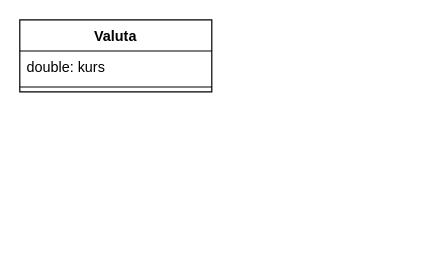
The draw.io diagram Ovinger/ovinger/target/classes/ovinger/Oving4/Valutaklasse.drawio in magnus411/OvingsOppgaver, before the edit. Source tidied: cells renumbered, new cells numbered last; positions are measured from the earlier drawing's top-left corner, leaving out a move shared by most shapes. Both pictures are drawn from the tidied source at 120%, with x=0, y=0 at pixel (19, 19).
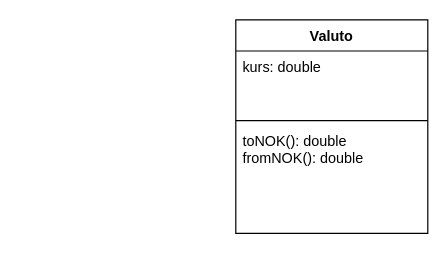
The same page after the edit.

Diff of the diagram source:
```diff
@@
 <mxGraphModel>
   <root>
     <mxCell id="0" />
     <mxCell id="1" parent="0" />
-    <mxCell id="2" value="Valuta" style="swimlane;fontStyle=1;align=center;verticalAlign=top;horizontal=1;startSize=26;" parent="1" vertex="1">
-      <mxGeometry width="160" height="60" as="geometry" />
-    </mxCell>
-    <mxCell id="3" value="double: kurs" style="text;strokeColor=none;fillColor=none;align=left;verticalAlign=top;spacingLeft=4;spacingRight=4;overflow=hidden;" parent="2" vertex="1">
-      <mxGeometry y="26" width="160" height="26" as="geometry" />
-    </mxCell>
-    <mxCell id="4" style="line;strokeWidth=1;fillColor=none;align=left;verticalAlign=middle;spacingTop=-1;spacingLeft=3;spacingRight=3;labelPosition=right;" parent="2" vertex="1">
-      <mxGeometry y="52" width="160" height="8" as="geometry" />
-    </mxCell>
+    <mxCell id="5" value="Valuto" style="swimlane;fontStyle=1;align=center;verticalAlign=top;horizontal=1;startSize=26;strokeColor=default;" parent="1" vertex="1">
+      <mxGeometry x="180" width="160" height="178" as="geometry" />
+    </mxCell>
+    <mxCell id="6" value="kurs: double" style="text;strokeColor=none;fillColor=none;align=left;verticalAlign=top;spacingLeft=4;spacingRight=4;overflow=hidden;" parent="5" vertex="1">
+      <mxGeometry y="26" width="160" height="54" as="geometry" />
+    </mxCell>
+    <mxCell id="7" style="line;strokeWidth=1;fillColor=none;align=left;verticalAlign=middle;spacingTop=-1;spacingLeft=3;spacingRight=3;labelPosition=right;" parent="5" vertex="1">
+      <mxGeometry y="80" width="160" height="8" as="geometry" />
+    </mxCell>
+    <mxCell id="8" value="toNOK(): double&#10;fromNOK(): double" style="text;strokeColor=none;fillColor=none;align=left;verticalAlign=top;spacingLeft=4;spacingRight=4;overflow=hidden;" parent="5" vertex="1">
+      <mxGeometry y="88" width="160" height="90" as="geometry" />
+    </mxCell>
   </root>
 </mxGraphModel>
```
